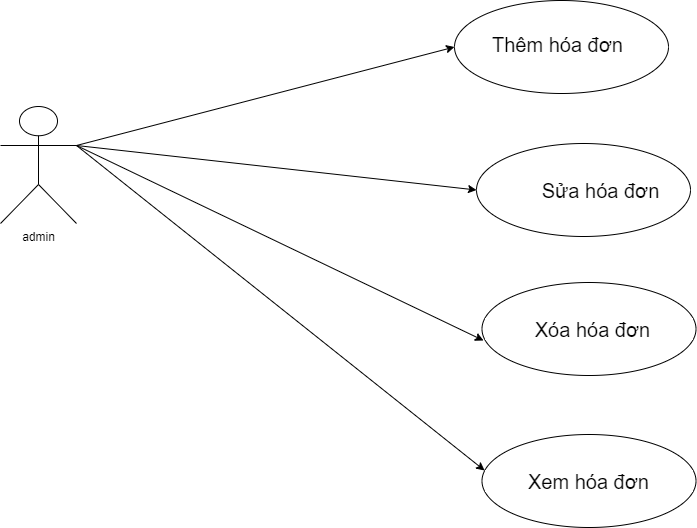
Before: 4drawio.png, a diagram exported from draw.io (dungvu242k3/JAVA). Source tidied: cells renumbered, new cells last; positions are measured from the earlier drawing's top-left corner, leaving out a move shared by most shapes.
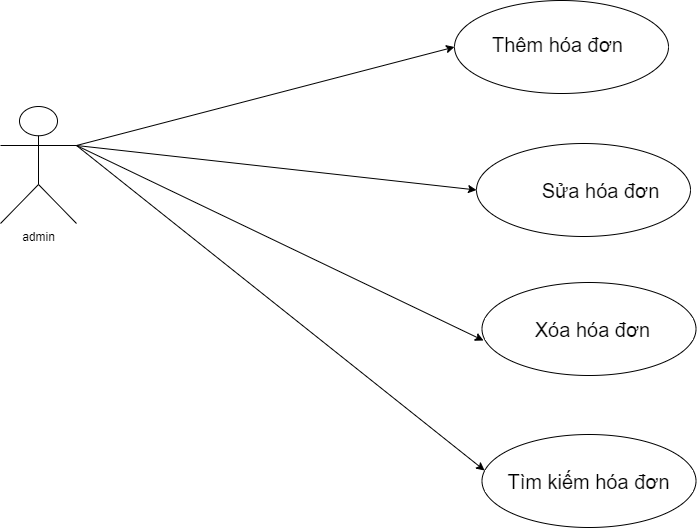
After the change.

Commit message:
Cập nhật 4drawio.png

Diff of the diagram source:
```diff
@@ -38,7 +38,7 @@
     <mxCell id="13" value="&lt;font style=&quot;font-size: 20px;&quot;&gt;Xóa hóa đơn&lt;/font&gt;" style="text;html=1;align=center;verticalAlign=middle;whiteSpace=wrap;rounded=0;" parent="1" vertex="1">
       <mxGeometry x="497" y="298" width="191" height="61" as="geometry" />
     </mxCell>
-    <mxCell id="14" value="&lt;font style=&quot;font-size: 20px;&quot;&gt;Xem hóa đơn&lt;/font&gt;" style="text;html=1;align=center;verticalAlign=middle;whiteSpace=wrap;rounded=0;" parent="1" vertex="1">
+    <mxCell id="14" value="&lt;font style=&quot;font-size: 20px;&quot;&gt;Tìm kiếm hóa đơn&lt;/font&gt;" style="text;html=1;align=center;verticalAlign=middle;whiteSpace=wrap;rounded=0;" parent="1" vertex="1">
       <mxGeometry x="493" y="450" width="191" height="61" as="geometry" />
     </mxCell>
   </root>
```
